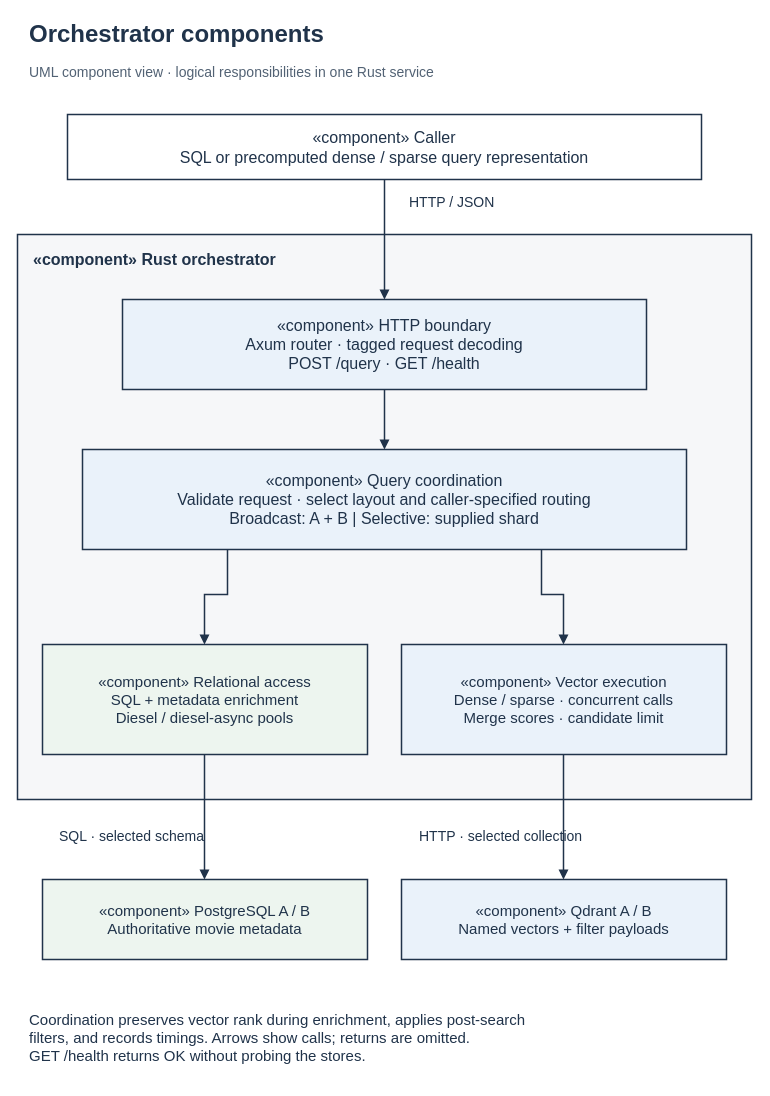
Earlier version of the draw.io diagram page "components" (7 of 12) of report/final/diagrams/diagrams.drawio (devangcx/distributed-retrieval). Source tidied: cells renumbered, new cells numbered last; positions are measured from the earlier drawing's top-left corner, leaving out a move shared by most shapes. Both pictures are drawn from the tidied source at 100%, with x=0, y=0 at pixel (17, 17).
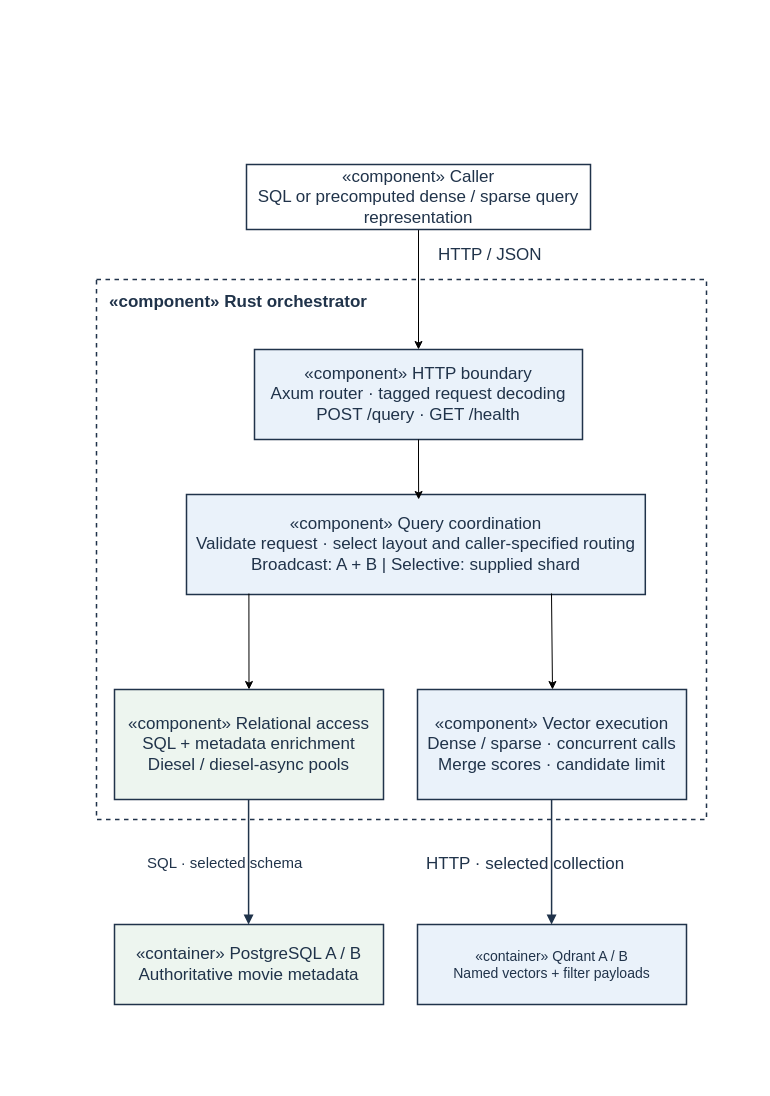
After the change.

Diff of the diagram source:
```diff
@@
-    <mxCell id="2" value="Orchestrator components" style="text;html=0;whiteSpace=wrap;align=left;verticalAlign=middle;fontFamily=Arial;fontSize=24;fontColor=#20334A;fontStyle=1;spacing=12;" parent="1" vertex="1">
-      <mxGeometry width="734" height="34" as="geometry" />
-    </mxCell>
-    <mxCell id="3" value="UML component view · logical responsibilities in one Rust service" style="text;html=0;whiteSpace=wrap;align=left;verticalAlign=middle;fontFamily=Arial;fontSize=14;fontColor=#526274;fontStyle=0;spacing=12;" parent="1" vertex="1">
-      <mxGeometry y="39" width="734" height="32" as="geometry" />
-    </mxCell>
+    <mxCell id="5" style="rounded=0;html=0;whiteSpace=wrap;fillColor=none;strokeColor=#20334A;strokeWidth=1.5;fontFamily=Arial;fontSize=16;fontColor=#20334A;spacing=10;dashed=1;" parent="1" vertex="1">
+      <mxGeometry x="79" y="262" width="610" height="540" as="geometry" />
+    </mxCell>
+    <mxCell id="8" style="edgeStyle=orthogonalEdgeStyle;rounded=0;jettySize=auto;html=1;entryX=0.5;entryY=0;entryDx=0;entryDy=0;" parent="1" edge="1" source="4" target="7">
+      <mxGeometry relative="1" as="geometry" />
+    </mxCell>
-    <mxCell id="4" value="«component» Caller&#10;SQL or precomputed dense / sparse query representation" style="rounded=0;html=0;whiteSpace=wrap;fillColor=#FFFFFF;strokeColor=#20334A;strokeWidth=1.5;fontFamily=Arial;fontSize=16;fontColor=#20334A;spacing=10;" parent="1" vertex="1">
-      <mxGeometry x="50" y="97" width="634" height="65" as="geometry" />
+    <mxCell id="4" value="«component» Caller&#10;SQL or precomputed dense / sparse query representation" style="rounded=0;html=0;whiteSpace=wrap;fillColor=#FFFFFF;strokeColor=#20334A;strokeWidth=1.5;fontFamily=Arial;fontSize=17;fontColor=#20334A;spacing=10;" parent="1" vertex="1">
+      <mxGeometry x="229" y="147" width="344" height="65" as="geometry" />
     </mxCell>
-    <mxCell id="5" style="rounded=0;html=0;whiteSpace=wrap;fillColor=#F6F7F9;strokeColor=#20334A;strokeWidth=1.5;fontFamily=Arial;fontSize=16;fontColor=#20334A;spacing=10;" parent="1" vertex="1">
-      <mxGeometry y="217" width="734" height="565" as="geometry" />
-    </mxCell>
-    <mxCell id="6" value="«component» Rust orchestrator" style="text;html=0;whiteSpace=wrap;align=left;verticalAlign=middle;fontFamily=Arial;fontSize=16;fontColor=#20334A;fontStyle=1;spacing=12;" parent="1" vertex="1">
-      <mxGeometry x="4" y="219" width="726" height="45" as="geometry" />
+    <mxCell id="6" value="«component» Rust orchestrator" style="text;html=0;whiteSpace=wrap;align=left;verticalAlign=middle;fontFamily=Arial;fontSize=17;fontColor=#20334A;fontStyle=1;spacing=12;" parent="1" vertex="1">
+      <mxGeometry x="80" y="262" width="286" height="45" as="geometry" />
     </mxCell>
-    <mxCell id="7" value="«component» HTTP boundary&#10;Axum router · tagged request decoding&#10;POST /query · GET /health" style="rounded=0;html=0;whiteSpace=wrap;fillColor=#EAF2FA;strokeColor=#20334A;strokeWidth=1.5;fontFamily=Arial;fontSize=16;fontColor=#20334A;spacing=10;" parent="1" vertex="1">
-      <mxGeometry x="105" y="282" width="524" height="90" as="geometry" />
+    <mxCell id="7" value="«component» HTTP boundary&#10;Axum router · tagged request decoding&#10;POST /query · GET /health" style="rounded=0;html=0;whiteSpace=wrap;fillColor=#EAF2FA;strokeColor=#20334A;strokeWidth=1.5;fontFamily=Arial;fontSize=17;fontColor=#20334A;spacing=10;" parent="1" vertex="1">
+      <mxGeometry x="237" y="332" width="328" height="90" as="geometry" />
     </mxCell>
-    <mxCell id="8" style="html=0;rounded=0;strokeColor=#20334A;strokeWidth=1.5;endArrow=block;endFill=1;exitX=0.5;exitY=1;exitDx=0;exitDy=0;entryX=0.5;entryY=0;entryDx=0;entryDy=0;" parent="1" edge="1" source="4" target="7">
-      <mxGeometry relative="1" as="geometry" />
-    </mxCell>
-    <mxCell id="9" value="HTTP / JSON" style="text;html=0;whiteSpace=wrap;align=left;verticalAlign=middle;fontFamily=Arial;fontSize=14;fontColor=#20334A;fontStyle=0;spacing=12;" parent="1" vertex="1">
-      <mxGeometry x="380" y="167" width="220" height="35" as="geometry" />
+    <mxCell id="9" value="HTTP / JSON" style="text;html=0;whiteSpace=wrap;align=left;verticalAlign=middle;fontFamily=Arial;fontSize=17;fontColor=#20334A;fontStyle=0;spacing=12;" parent="1" vertex="1">
+      <mxGeometry x="409" y="220" width="126" height="35" as="geometry" />
     </mxCell>
-    <mxCell id="10" value="«component» Query coordination&#10;Validate request · select layout and caller-specified routing&#10;Broadcast: A + B  |  Selective: supplied shard" style="rounded=0;html=0;whiteSpace=wrap;fillColor=#EAF2FA;strokeColor=#20334A;strokeWidth=1.5;fontFamily=Arial;fontSize=16;fontColor=#20334A;spacing=10;" parent="1" vertex="1">
-      <mxGeometry x="65" y="432" width="604" height="100" as="geometry" />
+    <mxCell id="10" value="«component» Query coordination&#10;Validate request · select layout and caller-specified routing&#10;Broadcast: A + B  |  Selective: supplied shard" style="rounded=0;html=0;whiteSpace=wrap;fillColor=#EAF2FA;strokeColor=#20334A;strokeWidth=1.5;fontFamily=Arial;fontSize=17;fontColor=#20334A;spacing=10;" parent="1" vertex="1">
+      <mxGeometry x="169" y="477" width="458.8" height="100" as="geometry" />
     </mxCell>
-    <mxCell id="11" style="html=0;rounded=0;strokeColor=#20334A;strokeWidth=1.5;endArrow=block;endFill=1;exitX=0.5;exitY=1;exitDx=0;exitDy=0;entryX=0.5;entryY=0;entryDx=0;entryDy=0;" parent="1" edge="1" source="7" target="10">
-      <mxGeometry relative="1" as="geometry" />
-    </mxCell>
-    <mxCell id="12" value="«component» Relational access&#10;SQL + metadata enrichment&#10;Diesel / diesel-async pools" style="rounded=0;html=0;whiteSpace=wrap;fillColor=#EDF5EF;strokeColor=#20334A;strokeWidth=1.5;fontFamily=Arial;fontSize=15;fontColor=#20334A;spacing=10;" parent="1" vertex="1">
-      <mxGeometry x="25" y="627" width="325" height="110" as="geometry" />
+    <mxCell id="12" value="«component» Relational access&#10;SQL + metadata enrichment&#10;Diesel / diesel-async pools" style="rounded=0;html=0;whiteSpace=wrap;fillColor=#EDF5EF;strokeColor=#20334A;strokeWidth=1.5;fontFamily=Arial;fontSize=17;fontColor=#20334A;spacing=10;" parent="1" vertex="1">
+      <mxGeometry x="97" y="672" width="269" height="110" as="geometry" />
     </mxCell>
-    <mxCell id="13" value="«component» Vector execution&#10;Dense / sparse · concurrent calls&#10;Merge scores · candidate limit" style="rounded=0;html=0;whiteSpace=wrap;fillColor=#EAF2FA;strokeColor=#20334A;strokeWidth=1.5;fontFamily=Arial;fontSize=15;fontColor=#20334A;spacing=10;" parent="1" vertex="1">
-      <mxGeometry x="384" y="627" width="325" height="110" as="geometry" />
+    <mxCell id="13" value="«component» Vector execution&#10;Dense / sparse · concurrent calls&#10;Merge scores · candidate limit" style="rounded=0;html=0;whiteSpace=wrap;fillColor=#EAF2FA;strokeColor=#20334A;strokeWidth=1.5;fontFamily=Arial;fontSize=17;fontColor=#20334A;spacing=10;" parent="1" vertex="1">
+      <mxGeometry x="400" y="672" width="269" height="110" as="geometry" />
     </mxCell>
-    <mxCell id="14" style="html=0;rounded=0;strokeColor=#20334A;strokeWidth=1.5;endArrow=block;endFill=1;exitX=0.24006622516556292;exitY=1;exitDx=0;exitDy=0;entryX=0.49846153846153846;entryY=0;entryDx=0;entryDy=0;" parent="1" edge="1" source="10" target="12">
-      <mxGeometry relative="1" as="geometry">
-        <Array as="points">
-          <mxPoint x="210" y="577" />
-          <mxPoint x="187" y="577" />
-        </Array>
-      </mxGeometry>
-    </mxCell>
-    <mxCell id="15" style="html=0;rounded=0;strokeColor=#20334A;strokeWidth=1.5;endArrow=block;endFill=1;exitX=0.7599337748344371;exitY=1;exitDx=0;exitDy=0;entryX=0.49846153846153846;entryY=0;entryDx=0;entryDy=0;" parent="1" edge="1" source="10" target="13">
-      <mxGeometry relative="1" as="geometry">
-        <Array as="points">
-          <mxPoint x="524" y="577" />
-          <mxPoint x="546" y="577" />
-        </Array>
-      </mxGeometry>
-    </mxCell>
-    <mxCell id="16" value="«component» PostgreSQL A / B&#10;Authoritative movie metadata" style="rounded=0;html=0;whiteSpace=wrap;fillColor=#EDF5EF;strokeColor=#20334A;strokeWidth=1.5;fontFamily=Arial;fontSize=15;fontColor=#20334A;spacing=10;" parent="1" vertex="1">
-      <mxGeometry x="25" y="862" width="325" height="80" as="geometry" />
+    <mxCell id="16" value="«container» PostgreSQL A / B&#10;Authoritative movie metadata" style="rounded=0;html=0;whiteSpace=wrap;fillColor=#EDF5EF;strokeColor=#20334A;strokeWidth=1.5;fontFamily=Arial;fontSize=17;fontColor=#20334A;spacing=10;" parent="1" vertex="1">
+      <mxGeometry x="97" y="907" width="269" height="80" as="geometry" />
     </mxCell>
-    <mxCell id="17" value="«component» Qdrant A / B&#10;Named vectors + filter payloads" style="rounded=0;html=0;whiteSpace=wrap;fillColor=#EAF2FA;strokeColor=#20334A;strokeWidth=1.5;fontFamily=Arial;fontSize=15;fontColor=#20334A;spacing=10;" parent="1" vertex="1">
-      <mxGeometry x="384" y="862" width="325" height="80" as="geometry" />
+    <mxCell id="17" value="«container» Qdrant A / B&#10;Named vectors + filter payloads" style="rounded=0;html=0;whiteSpace=wrap;fillColor=#EAF2FA;strokeColor=#20334A;strokeWidth=1.5;fontFamily=Arial;fontSize=14;fontColor=#20334A;spacing=10;" parent="1" vertex="1">
+      <mxGeometry x="400" y="907" width="269" height="80" as="geometry" />
     </mxCell>
@@
-    <mxCell id="20" value="SQL · selected schema" style="text;html=0;whiteSpace=wrap;align=left;verticalAlign=middle;fontFamily=Arial;fontSize=14;fontColor=#20334A;fontStyle=0;spacing=12;" parent="1" vertex="1">
-      <mxGeometry x="30" y="804" width="300" height="30" as="geometry" />
+    <mxCell id="20" value="SQL · selected schema" style="text;html=0;whiteSpace=wrap;align=left;verticalAlign=middle;fontFamily=Arial;fontSize=15;fontColor=#20334A;fontStyle=0;spacing=12;" parent="1" vertex="1">
+      <mxGeometry x="118.2" y="830" width="190" height="30" as="geometry" />
     </mxCell>
-    <mxCell id="21" value="HTTP · selected collection" style="text;html=0;whiteSpace=wrap;align=left;verticalAlign=middle;fontFamily=Arial;fontSize=14;fontColor=#20334A;fontStyle=0;spacing=12;" parent="1" vertex="1">
-      <mxGeometry x="390" y="804" width="310" height="30" as="geometry" />
+    <mxCell id="21" value="HTTP · selected collection" style="text;html=0;whiteSpace=wrap;align=left;verticalAlign=middle;fontFamily=Arial;fontSize=17;fontColor=#20334A;fontStyle=0;spacing=12;" parent="1" vertex="1">
+      <mxGeometry x="397.4" y="832" width="230" height="30" as="geometry" />
     </mxCell>
-    <mxCell id="22" value="Coordination preserves vector rank during enrichment, applies post-search&#10;filters, and records timings. Arrows show calls; returns are omitted.&#10;GET /health returns OK without probing the stores." style="text;html=0;whiteSpace=wrap;align=left;verticalAlign=middle;fontFamily=Arial;fontSize=15;fontColor=#20334A;fontStyle=0;spacing=12;" parent="1" vertex="1">
-      <mxGeometry y="977" width="734" height="85" as="geometry" />
-    </mxCell>
+    <mxCell id="11" style="edgeStyle=orthogonalEdgeStyle;rounded=0;jettySize=auto;html=1;entryX=0.506;entryY=0.05;entryDx=0;entryDy=0;entryPerimeter=0;" parent="1" edge="1" source="7" target="10">
+      <mxGeometry relative="1" as="geometry" />
+    </mxCell>
+    <mxCell id="14" style="endArrow=classic;html=1;rounded=0;entryX=0.5;entryY=0;entryDx=0;entryDy=0;exitX=0.136;exitY=0.991;exitDx=0;exitDy=0;exitPerimeter=0;" parent="1" edge="1" source="10" target="12">
+      <mxGeometry relative="1" as="geometry" />
+    </mxCell>
+    <mxCell id="23" style="endArrow=classic;html=1;rounded=0;entryX=0.5;entryY=0;entryDx=0;entryDy=0;exitX=0.136;exitY=0.991;exitDx=0;exitDy=0;exitPerimeter=0;" parent="1" edge="1">
+      <mxGeometry relative="1" as="geometry">
+        <mxPoint x="534" y="576" as="sourcePoint" />
+        <mxPoint x="535" y="672" as="targetPoint" />
+      </mxGeometry>
+    </mxCell>
```
